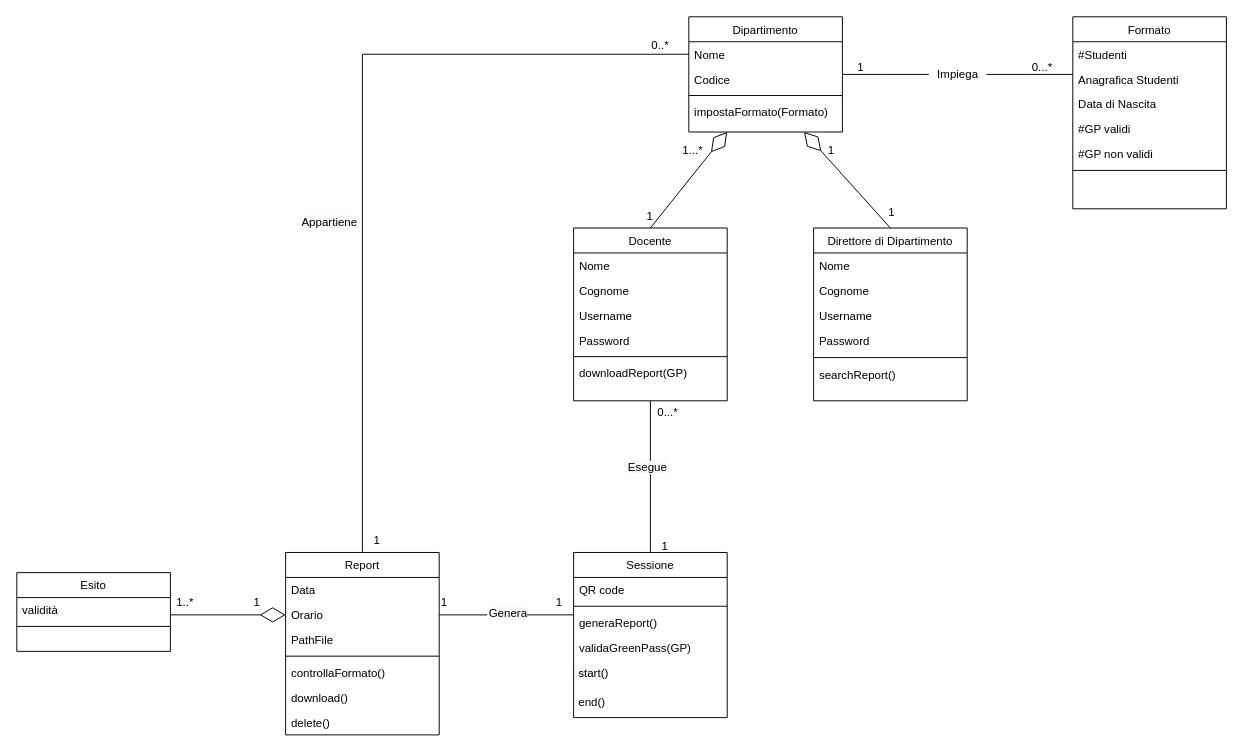
This is Documentazione/Resources/Class Diagram.drawio from Alberto-00/EasyPass, a draw.io file, before an edit. Source tidied: cells renumbered, new cells numbered last; positions are measured from the earlier drawing's top-left corner, leaving out a move shared by most shapes. Both pictures are drawn from the tidied source at 96%, with x=0, y=0 at pixel (16, 16).
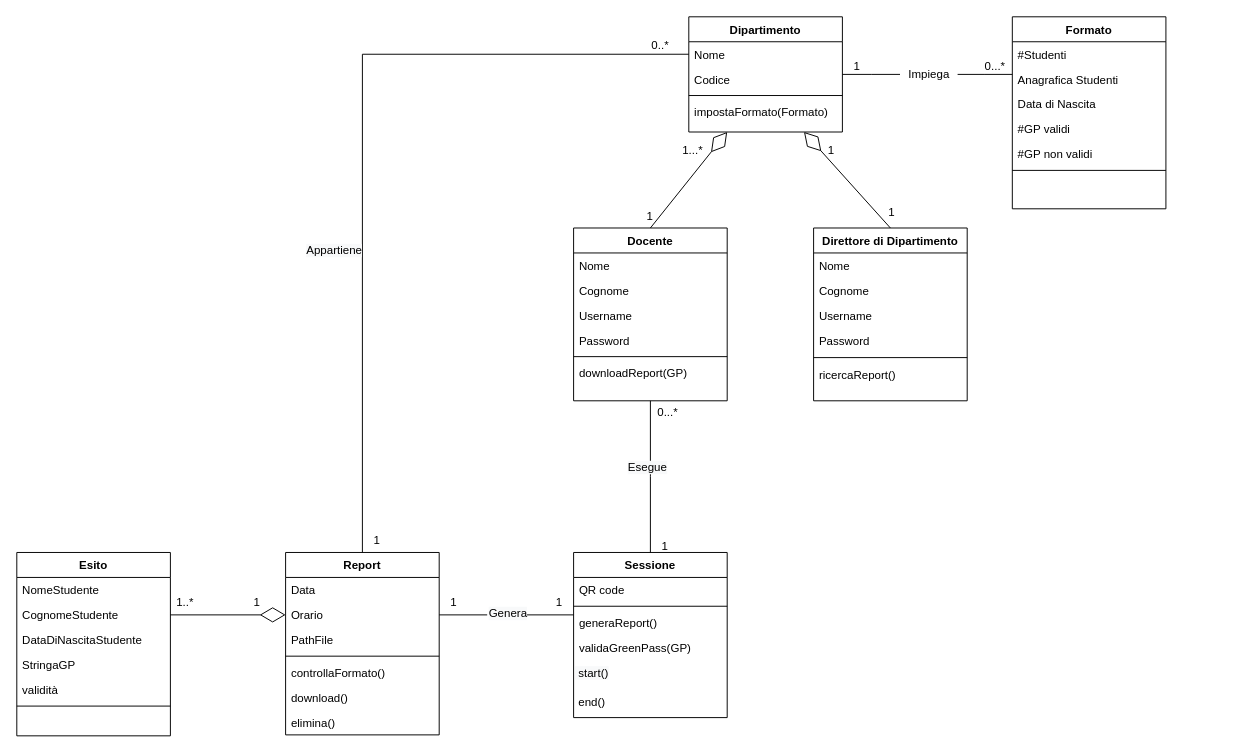
Above is the later version.

Commit message (it also covers changes not shown here):
Sequence e Class Diagram

The change refers to these unchanged cells:
```xml
<mxCell id="21" style="endArrow=none;shadow=0;strokeWidth=1;rounded=0;endFill=0;edgeStyle=elbowEdgeStyle;elbow=vertical;startArrow=none;" parent="1" edge="1" source="61" target="14">
  <mxGeometry x="0.5" y="41" relative="1" as="geometry">
    <mxPoint x="-40" y="32" as="offset" />
  </mxGeometry>
</mxCell>
<mxCell id="34" value="Orario" style="text;align=left;verticalAlign=top;spacingLeft=4;spacingRight=4;overflow=hidden;points=[[0,0.5],[1,0.5]];portConstraint=eastwest;rounded=0;shadow=0;html=0;" parent="32" vertex="1">
  <mxGeometry y="52" width="160" height="26" as="geometry" />
</mxCell>
<mxCell id="62" style="endArrow=none;shadow=0;strokeWidth=1;rounded=0;endFill=0;edgeStyle=elbowEdgeStyle;elbow=vertical;" parent="1" edge="1" source="2" target="61">
  <mxGeometry x="0.5" y="41" relative="1" as="geometry">
    <mxPoint x="-40" y="32" as="offset" />
  </mxGeometry>
</mxCell>
<mxCell id="73" value="&lt;span style=&quot;color: rgb(0 , 0 , 0) ; font-family: &amp;#34;helvetica&amp;#34; ; font-size: 12px ; font-style: normal ; font-weight: 400 ; letter-spacing: normal ; text-align: center ; text-indent: 0px ; text-transform: none ; word-spacing: 0px ; background-color: rgb(248 , 249 , 250) ; display: inline ; float: none&quot;&gt;Genera&lt;/span&gt;" style="text;whiteSpace=wrap;html=1;" parent="1" vertex="1">
  <mxGeometry x="490" y="608" width="40" height="30" as="geometry" />
</mxCell>
```

The edit, as a diff of the source:
```diff
@@
-    <mxCell id="2" value="Dipartimento" style="swimlane;fontStyle=0;align=center;verticalAlign=top;horizontal=1;startSize=26;rounded=0;shadow=0;strokeWidth=1;" parent="1" vertex="1">
+    <mxCell id="2" value="Dipartimento" style="swimlane;fontStyle=1;align=center;verticalAlign=top;horizontal=1;startSize=26;rounded=0;shadow=0;strokeWidth=1;" parent="1" vertex="1">
       <mxGeometry x="700" width="160" height="120" as="geometry" />
     </mxCell>
@@
-    <mxCell id="7" value="Direttore di Dipartimento" style="swimlane;fontStyle=0;align=center;verticalAlign=top;horizontal=1;startSize=26;rounded=0;shadow=0;strokeWidth=1;fontColor=#000000;" parent="1" vertex="1">
+    <mxCell id="7" value="Direttore di Dipartimento" style="swimlane;fontStyle=1;align=center;verticalAlign=top;horizontal=1;startSize=26;rounded=0;shadow=0;strokeWidth=1;fontColor=#000000;" parent="1" vertex="1">
       <mxGeometry x="830" y="220" width="160" height="180" as="geometry" />
     </mxCell>
@@
-    <mxCell id="13" value="searchReport()" style="text;align=left;verticalAlign=top;spacingLeft=4;spacingRight=4;overflow=hidden;" parent="7" vertex="1">
+    <mxCell id="13" value="ricercaReport()" style="text;align=left;verticalAlign=top;spacingLeft=4;spacingRight=4;overflow=hidden;" parent="7" vertex="1">
       <mxGeometry y="140" width="160" height="26" as="geometry" />
     </mxCell>
-    <mxCell id="14" value="Formato" style="swimlane;fontStyle=0;align=center;verticalAlign=top;horizontal=1;startSize=26;rounded=0;shadow=0;strokeWidth=1;fontColor=#000000;" parent="1" vertex="1">
-      <mxGeometry x="1100" width="160" height="200" as="geometry" />
+    <mxCell id="14" value="Formato" style="swimlane;fontStyle=1;align=center;verticalAlign=top;horizontal=1;startSize=26;rounded=0;shadow=0;strokeWidth=1;fontColor=#000000;" parent="1" vertex="1">
+      <mxGeometry x="1037" width="160" height="200" as="geometry" />
     </mxCell>
@@
     <mxCell id="22" value="0...*" style="align=right;verticalAlign=bottom;labelBackgroundColor=none;fontSize=12;" parent="21" vertex="1">
       <mxGeometry x="1" relative="1" as="geometry">
-        <mxPoint x="-20" y="1" as="offset" />
+        <mxPoint x="-6" as="offset" />
       </mxGeometry>
     </mxCell>
@@
-    <mxCell id="25" value="Sessione" style="swimlane;fontStyle=0;align=center;verticalAlign=top;horizontal=1;startSize=26;rounded=0;shadow=0;strokeWidth=1;" parent="1" vertex="1">
+    <mxCell id="25" value="Sessione" style="swimlane;fontStyle=1;align=center;verticalAlign=top;horizontal=1;startSize=26;rounded=0;shadow=0;strokeWidth=1;" parent="1" vertex="1">
       <mxGeometry x="580" y="558" width="160" height="172" as="geometry" />
     </mxCell>
@@
-    <mxCell id="32" value="Report" style="swimlane;fontStyle=0;align=center;verticalAlign=top;horizontal=1;startSize=26;rounded=0;shadow=0;strokeWidth=1;" parent="1" vertex="1">
+    <mxCell id="32" value="Report" style="swimlane;fontStyle=1;align=center;verticalAlign=top;horizontal=1;startSize=26;rounded=0;shadow=0;strokeWidth=1;" parent="1" vertex="1">
       <mxGeometry x="280" y="558" width="160" height="190" as="geometry" />
     </mxCell>
@@
-    <mxCell id="39" value="delete()" style="text;align=left;verticalAlign=top;spacingLeft=4;spacingRight=4;overflow=hidden;fontStyle=0;" parent="32" vertex="1">
+    <mxCell id="39" value="elimina()" style="text;align=left;verticalAlign=top;spacingLeft=4;spacingRight=4;overflow=hidden;fontStyle=0;" parent="32" vertex="1">
       <mxGeometry y="164" width="160" height="26" as="geometry" />
     </mxCell>
-    <mxCell id="40" value="Esito" style="swimlane;fontStyle=0;align=center;verticalAlign=top;horizontal=1;startSize=26;rounded=0;shadow=0;strokeWidth=1;fontColor=#000000;" parent="1" vertex="1">
-      <mxGeometry y="579" width="160" height="82" as="geometry" />
+    <mxCell id="40" value="Esito" style="swimlane;fontStyle=1;align=center;verticalAlign=top;horizontal=1;startSize=26;rounded=0;shadow=0;strokeWidth=1;fontColor=#000000;" parent="1" vertex="1">
+      <mxGeometry y="558" width="160" height="191" as="geometry" />
     </mxCell>
+    <mxCell id="75" value="NomeStudente" style="text;align=left;verticalAlign=top;spacingLeft=4;spacingRight=4;overflow=hidden;" parent="40" vertex="1">
+      <mxGeometry y="26" width="160" height="26" as="geometry" />
+    </mxCell>
+    <mxCell id="76" value="CognomeStudente" style="text;align=left;verticalAlign=top;spacingLeft=4;spacingRight=4;overflow=hidden;" parent="40" vertex="1">
+      <mxGeometry y="52" width="160" height="26" as="geometry" />
+    </mxCell>
+    <mxCell id="77" value="DataDiNascitaStudente" style="text;align=left;verticalAlign=top;spacingLeft=4;spacingRight=4;overflow=hidden;" parent="40" vertex="1">
+      <mxGeometry y="78" width="160" height="26" as="geometry" />
+    </mxCell>
+    <mxCell id="78" value="StringaGP" style="text;align=left;verticalAlign=top;spacingLeft=4;spacingRight=4;overflow=hidden;" parent="40" vertex="1">
+      <mxGeometry y="104" width="160" height="26" as="geometry" />
+    </mxCell>
     <mxCell id="41" value="validità" style="text;align=left;verticalAlign=top;spacingLeft=4;spacingRight=4;overflow=hidden;" parent="40" vertex="1">
-      <mxGeometry y="26" width="160" height="26" as="geometry" />
+      <mxGeometry y="130" width="160" height="26" as="geometry" />
     </mxCell>
     <mxCell id="42" style="line;html=1;strokeWidth=1;align=left;verticalAlign=middle;spacingTop=-1;spacingLeft=3;spacingRight=3;labelPosition=right;" parent="40" vertex="1">
-      <mxGeometry y="52" width="160" height="8" as="geometry" />
+      <mxGeometry y="156" width="160" height="8" as="geometry" />
     </mxCell>
@@
     <mxCell id="52" value="1" style="align=left;verticalAlign=bottom;labelBackgroundColor=none;fontSize=12;" parent="1" vertex="1">
-      <mxGeometry x="450" y="594" as="geometry">
+      <mxGeometry x="460" y="594" as="geometry">
         <mxPoint x="-10" y="24" as="offset" />
       </mxGeometry>
     </mxCell>
-    <mxCell id="53" value="Docente" style="swimlane;fontStyle=0;align=center;verticalAlign=top;horizontal=1;startSize=26;rounded=0;shadow=0;strokeWidth=1;" parent="1" vertex="1">
+    <mxCell id="53" value="Docente" style="swimlane;fontStyle=1;align=center;verticalAlign=top;horizontal=1;startSize=26;rounded=0;shadow=0;strokeWidth=1;" parent="1" vertex="1">
       <mxGeometry x="580" y="220" width="160" height="180" as="geometry" />
     </mxCell>
@@
     <mxCell id="61" value="Impiega" style="text;html=1;align=center;verticalAlign=middle;points=[];strokeColor=none;fillColor=none;" parent="1" vertex="1">
-      <mxGeometry x="950" y="50" width="60" height="20" as="geometry" />
+      <mxGeometry x="920" y="50" width="60" height="20" as="geometry" />
     </mxCell>
@@
     <mxCell id="63" value="1" style="align=left;verticalAlign=bottom;labelBackgroundColor=none;fontSize=12;" parent="62" vertex="1">
       <mxGeometry x="-1" relative="1" as="geometry">
-        <mxPoint x="14" y="1" as="offset" />
+        <mxPoint x="10" as="offset" />
       </mxGeometry>
     </mxCell>
@@
     <mxCell id="68" value="&lt;span style=&quot;color: rgb(0 , 0 , 0) ; font-family: &amp;#34;helvetica&amp;#34; ; font-size: 12px ; font-style: normal ; font-weight: 400 ; letter-spacing: normal ; text-align: center ; text-indent: 0px ; text-transform: none ; word-spacing: 0px ; background-color: rgb(248 , 249 , 250) ; display: inline ; float: none&quot;&gt;Appartiene&lt;br&gt;&lt;/span&gt;" style="text;whiteSpace=wrap;html=1;" parent="1" vertex="1">
-      <mxGeometry x="295" y="200" width="50" height="30" as="geometry" />
+      <mxGeometry x="300" y="230" width="50" height="30" as="geometry" />
     </mxCell>
@@
-    <mxCell id="74" style="endArrow=none;html=1;rounded=0;exitX=1;exitY=0.5;exitDx=0;exitDy=0;" parent="1" edge="1" source="34" target="73">
-      <mxGeometry relative="1" as="geometry" />
+    <mxCell id="74" style="endArrow=none;html=1;rounded=0;exitX=1;exitY=0.5;exitDx=0;exitDy=0;" parent="1" edge="1" target="73">
+      <mxGeometry relative="1" as="geometry">
+        <mxPoint x="440" y="623" as="sourcePoint" />
+      </mxGeometry>
     </mxCell>
```
